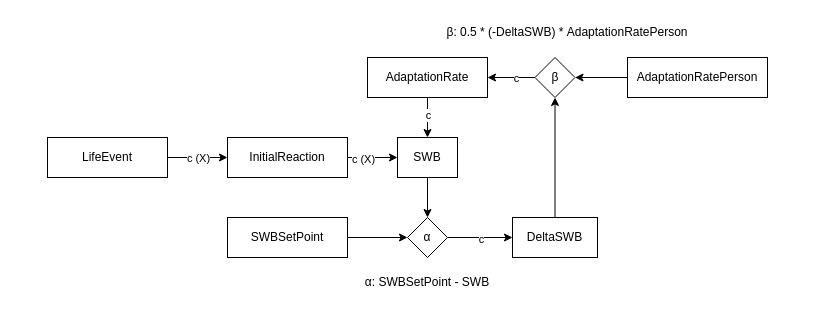
alpkaanaksu/setpoint keeps this draw.io diagram as page "Theory" (3 of 4) of VAST/setpoint_definitions.drawio. Above is the earlier version. Source tidied: cells renumbered, new cells numbered last; positions are measured from the earlier drawing's top-left corner, leaving out a move shared by most shapes. Both pictures are drawn from the tidied source at 100%, with x=0, y=0 at pixel (47, 17).
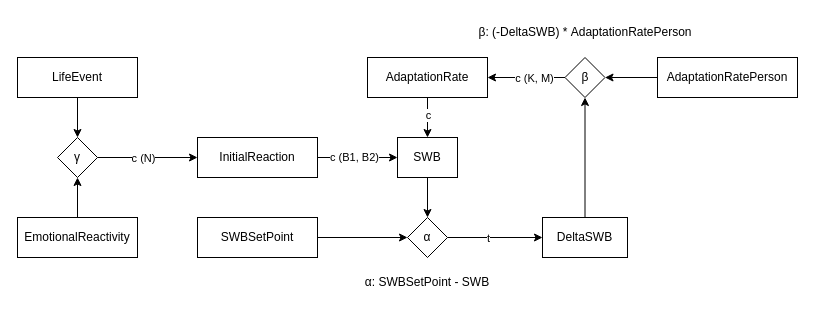
The same page after the edit.

The change refers to these unchanged cells:
```xml
<mxCell id="5" style="edgeStyle=orthogonalEdgeStyle;rounded=0;jettySize=auto;html=1;" parent="1" edge="1" source="7" target="9">
  <mxGeometry relative="1" as="geometry" />
</mxCell>
<mxCell id="14" style="edgeStyle=orthogonalEdgeStyle;rounded=0;jettySize=auto;html=1;exitX=1;exitY=0.5;exitDx=0;exitDy=0;entryX=0;entryY=0.5;entryDx=0;entryDy=0;" parent="1" edge="1" source="16" target="13">
  <mxGeometry relative="1" as="geometry" />
</mxCell>
<mxCell id="21" style="edgeStyle=orthogonalEdgeStyle;rounded=0;jettySize=auto;html=1;exitX=0;exitY=0.5;exitDx=0;exitDy=0;entryX=1;entryY=0.5;entryDx=0;entryDy=0;" parent="1" edge="1" source="23" target="20">
  <mxGeometry relative="1" as="geometry" />
</mxCell>
```

What changed in the source:
```diff
@@
-    <mxCell id="2" style="edgeStyle=orthogonalEdgeStyle;rounded=0;jettySize=auto;html=1;exitX=1;exitY=0.5;exitDx=0;exitDy=0;entryX=0;entryY=0.5;entryDx=0;entryDy=0;" parent="1" edge="1" source="4" target="7">
-      <mxGeometry relative="1" as="geometry" />
-    </mxCell>
-    <mxCell id="3" value="c (X)" style="edgeLabel;html=1;align=center;verticalAlign=middle;" parent="2" vertex="1">
-      <mxGeometry x="0.07" relative="1" as="geometry">
-        <mxPoint x="-2" as="offset" />
-      </mxGeometry>
-    </mxCell>
+    <mxCell id="27" style="edgeStyle=orthogonalEdgeStyle;rounded=0;jettySize=auto;html=1;exitX=0.5;exitY=1;exitDx=0;exitDy=0;entryX=0.5;entryY=0;entryDx=0;entryDy=0;" parent="1" edge="1" source="4" target="30">
+      <mxGeometry relative="1" as="geometry" />
+    </mxCell>
     <mxCell id="4" value="LifeEvent" style="rounded=0;whiteSpace=wrap;html=1;" parent="1" vertex="1">
-      <mxGeometry y="120" width="120" height="40" as="geometry" />
+      <mxGeometry x="-30" y="40" width="120" height="40" as="geometry" />
     </mxCell>
@@
-    <mxCell id="6" value="c (X)" style="edgeLabel;html=1;align=center;verticalAlign=middle;" parent="5" vertex="1">
-      <mxGeometry x="-0.4" y="-1" relative="1" as="geometry" />
+    <mxCell id="6" value="c (B1, B2)" style="edgeLabel;html=1;align=center;verticalAlign=middle;" parent="5" vertex="1">
+      <mxGeometry x="-0.4" y="-1" relative="1" as="geometry">
+        <mxPoint x="12" y="-2" as="offset" />
+      </mxGeometry>
     </mxCell>
     <mxCell id="7" value="InitialReaction" style="rounded=0;whiteSpace=wrap;html=1;" parent="1" vertex="1">
-      <mxGeometry x="180" y="120" width="120" height="40" as="geometry" />
+      <mxGeometry x="150" y="120" width="120" height="40" as="geometry" />
     </mxCell>
@@
     <mxCell id="11" value="SWBSetPoint" style="rounded=0;whiteSpace=wrap;html=1;" parent="1" vertex="1">
-      <mxGeometry x="180" y="200" width="120" height="40" as="geometry" />
+      <mxGeometry x="150" y="200" width="120" height="40" as="geometry" />
     </mxCell>
@@
     <mxCell id="13" value="DeltaSWB" style="rounded=0;whiteSpace=wrap;html=1;" parent="1" vertex="1">
-      <mxGeometry x="465" y="200" width="85" height="40" as="geometry" />
+      <mxGeometry x="495" y="200" width="85" height="40" as="geometry" />
     </mxCell>
@@
-    <mxCell id="15" value="c" style="edgeLabel;html=1;align=center;verticalAlign=middle;" parent="14" vertex="1">
-      <mxGeometry y="-1" relative="1" as="geometry" />
+    <mxCell id="15" value="t" style="edgeLabel;html=1;align=center;verticalAlign=middle;" parent="14" vertex="1">
+      <mxGeometry y="-1" relative="1" as="geometry">
+        <mxPoint x="-8" y="-1" as="offset" />
+      </mxGeometry>
     </mxCell>
@@
-    <mxCell id="22" value="c" style="edgeLabel;html=1;align=center;verticalAlign=middle;" parent="21" vertex="1">
+    <mxCell id="22" value="c (K, M)" style="edgeLabel;html=1;align=center;verticalAlign=middle;" parent="21" vertex="1">
       <mxGeometry x="-0.21" relative="1" as="geometry" />
     </mxCell>
     <mxCell id="23" value="&lt;span title=&quot;Greek-language text&quot;&gt;&lt;span lang=&quot;el&quot;&gt;β&lt;/span&gt;&lt;/span&gt;" style="rhombus;whiteSpace=wrap;html=1;" parent="1" vertex="1">
-      <mxGeometry x="487.5" y="40" width="40" height="40" as="geometry" />
+      <mxGeometry x="517.5" y="40" width="40" height="40" as="geometry" />
     </mxCell>
@@
     <mxCell id="25" value="AdaptationRatePerson" style="rounded=0;whiteSpace=wrap;html=1;" parent="1" vertex="1">
-      <mxGeometry x="580" y="40" width="140" height="40" as="geometry" />
+      <mxGeometry x="610" y="40" width="140" height="40" as="geometry" />
     </mxCell>
-    <mxCell id="26" value="&lt;span title=&quot;Greek-language text&quot;&gt;&lt;span lang=&quot;el&quot;&gt;β: 0.5 * (-DeltaSWB) * AdaptationRatePerson&lt;br&gt;&lt;/span&gt;&lt;/span&gt;" style="text;html=1;align=center;verticalAlign=middle;whiteSpace=wrap;rounded=0;" parent="1" vertex="1">
-      <mxGeometry x="390" width="260" height="30" as="geometry" />
+    <mxCell id="26" value="&lt;span title=&quot;Greek-language text&quot;&gt;&lt;span lang=&quot;el&quot;&gt;β: (-DeltaSWB) * AdaptationRatePerson&lt;br&gt;&lt;/span&gt;&lt;/span&gt;" style="text;html=1;align=center;verticalAlign=middle;whiteSpace=wrap;rounded=0;" parent="1" vertex="1">
+      <mxGeometry x="407.5" width="260" height="30" as="geometry" />
     </mxCell>
+    <mxCell id="28" style="edgeStyle=orthogonalEdgeStyle;rounded=0;jettySize=auto;html=1;exitX=1;exitY=0.5;exitDx=0;exitDy=0;entryX=0;entryY=0.5;entryDx=0;entryDy=0;" parent="1" edge="1" source="30" target="7">
+      <mxGeometry relative="1" as="geometry" />
+    </mxCell>
+    <mxCell id="29" value="c (N)" style="edgeLabel;html=1;align=center;verticalAlign=middle;" parent="28" vertex="1">
+      <mxGeometry x="-0.1" relative="1" as="geometry" />
+    </mxCell>
+    <mxCell id="30" value="&lt;span title=&quot;Greek-language text&quot;&gt;&lt;span lang=&quot;el&quot;&gt;γ&lt;/span&gt;&lt;/span&gt;" style="rhombus;whiteSpace=wrap;html=1;" parent="1" vertex="1">
+      <mxGeometry x="10" y="120" width="40" height="40" as="geometry" />
+    </mxCell>
+    <mxCell id="31" style="edgeStyle=orthogonalEdgeStyle;rounded=0;jettySize=auto;html=1;exitX=0.5;exitY=0;exitDx=0;exitDy=0;entryX=0.5;entryY=1;entryDx=0;entryDy=0;" parent="1" edge="1" source="32" target="30">
+      <mxGeometry relative="1" as="geometry" />
+    </mxCell>
+    <mxCell id="32" value="EmotionalReactivity" style="rounded=0;whiteSpace=wrap;html=1;" parent="1" vertex="1">
+      <mxGeometry x="-30" y="200" width="120" height="40" as="geometry" />
+    </mxCell>
```
